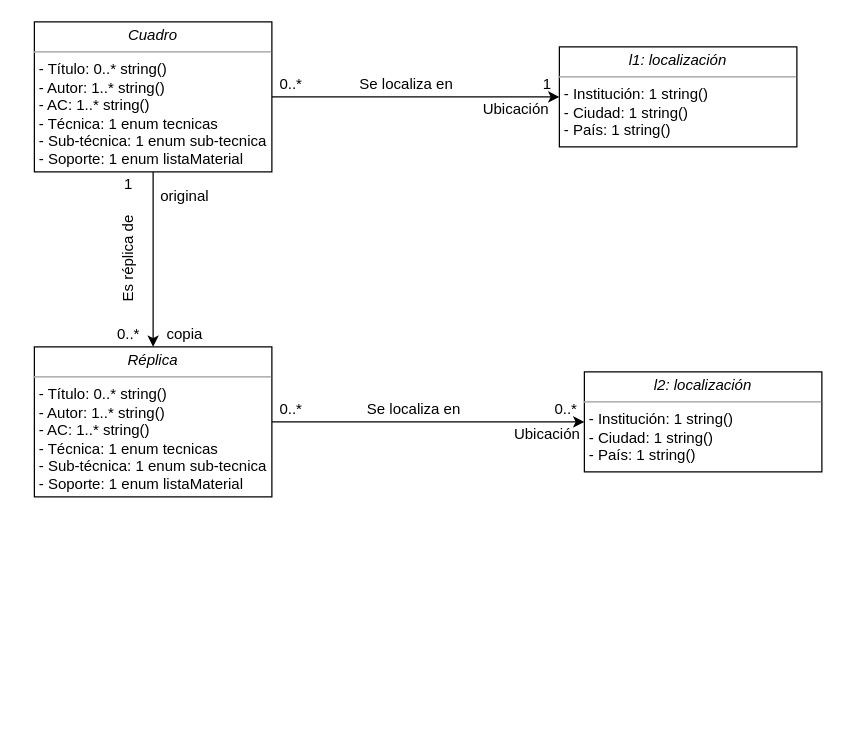
The draw.io diagram ejercicio11.drawio in mgonzalz/ejercicios_grupales, before the edit. Source tidied: cells renumbered, new cells numbered last; positions are measured from the earlier drawing's top-left corner, leaving out a move shared by most shapes. Both pictures are drawn from the tidied source at 125%, with x=0, y=0 at pixel (34, 21).
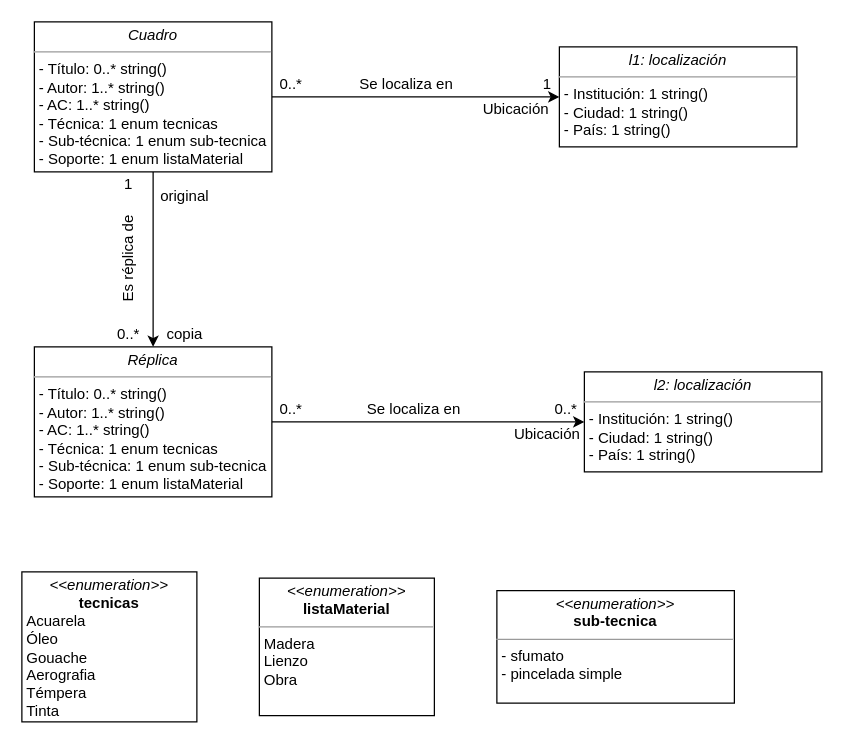
After the change.

Change to the diagram source:
```diff
@@
+    <mxCell id="22" value="&lt;p style=&quot;margin:0px;margin-top:4px;text-align:center;&quot;&gt;&lt;i&gt;&amp;lt;&amp;lt;enumeration&amp;gt;&amp;gt;&lt;/i&gt;&lt;br&gt;&lt;b&gt;tecnicas&lt;/b&gt;&lt;/p&gt;&lt;p style=&quot;margin:0px;margin-left:4px;&quot;&gt;Acuarela&lt;/p&gt;&lt;p style=&quot;margin:0px;margin-left:4px;&quot;&gt;Óleo&lt;/p&gt;&lt;p style=&quot;margin:0px;margin-left:4px;&quot;&gt;Gouache&lt;/p&gt;&lt;p style=&quot;margin:0px;margin-left:4px;&quot;&gt;Aerografia&lt;/p&gt;&lt;p style=&quot;margin:0px;margin-left:4px;&quot;&gt;Témpera&lt;/p&gt;&lt;p style=&quot;margin:0px;margin-left:4px;&quot;&gt;Tinta&lt;/p&gt;" style="verticalAlign=top;align=left;overflow=fill;fontSize=12;fontFamily=Helvetica;html=1;" parent="1" vertex="1">
+      <mxGeometry x="-10" y="440" width="140" height="120" as="geometry" />
+    </mxCell>
+    <mxCell id="23" value="&lt;p style=&quot;margin:0px;margin-top:4px;text-align:center;&quot;&gt;&lt;i&gt;&amp;lt;&amp;lt;enumeration&amp;gt;&amp;gt;&lt;/i&gt;&lt;br&gt;&lt;b&gt;listaMaterial&lt;/b&gt;&lt;/p&gt;&lt;hr size=&quot;1&quot;&gt;&lt;p style=&quot;margin:0px;margin-left:4px;&quot;&gt;Madera&lt;/p&gt;&lt;p style=&quot;margin:0px;margin-left:4px;&quot;&gt;Lienzo&lt;/p&gt;&lt;p style=&quot;margin:0px;margin-left:4px;&quot;&gt;Obra&lt;/p&gt;" style="verticalAlign=top;align=left;overflow=fill;fontSize=12;fontFamily=Helvetica;html=1;" parent="1" vertex="1">
+      <mxGeometry x="180" y="445" width="140" height="110" as="geometry" />
+    </mxCell>
+    <mxCell id="24" value="&lt;p style=&quot;margin: 0px ; margin-top: 4px ; text-align: center&quot;&gt;&lt;i&gt;&amp;lt;&amp;lt;enumeration&amp;gt;&amp;gt;&lt;/i&gt;&lt;br&gt;&lt;b&gt;sub-tecnica&lt;/b&gt;&lt;/p&gt;&lt;hr size=&quot;1&quot;&gt;&lt;p style=&quot;margin: 0px ; margin-left: 4px&quot;&gt;- sfumato&lt;/p&gt;&lt;p style=&quot;margin: 0px ; margin-left: 4px&quot;&gt;- pincelada simple&lt;/p&gt;" style="verticalAlign=top;align=left;overflow=fill;fontSize=12;fontFamily=Helvetica;html=1;" parent="1" vertex="1">
+      <mxGeometry x="370" y="455" width="190" height="90" as="geometry" />
+    </mxCell>
```
